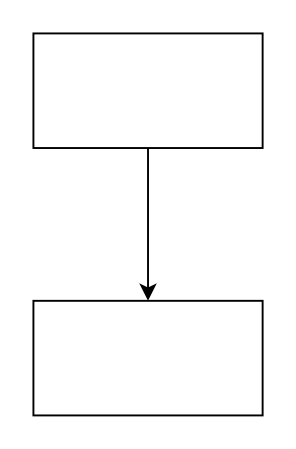
Earlier version of the draw.io diagram 未命名绘图.drawio (HuangChao5/diagrams). Source tidied: cells renumbered, new cells numbered last; positions are measured from the earlier drawing's top-left corner, leaving out a move shared by most shapes. Both pictures are drawn from the tidied source at 191%, with x=0, y=0 at pixel (32, 32).
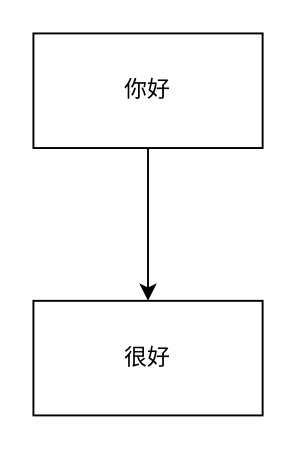
The same page after the edit.

Commit message:
更新未命名绘图.drawio

What changed in the source:
```diff
@@
 <mxGraphModel>
   <root>
     <mxCell id="0" />
     <mxCell id="1" parent="0" />
     <mxCell id="2" style="edgeStyle=orthogonalEdgeStyle;rounded=0;jettySize=auto;html=1;" parent="1" edge="1" source="3" target="4">
       <mxGeometry relative="1" as="geometry" />
     </mxCell>
-    <mxCell id="3" style="rounded=0;whiteSpace=wrap;html=1;" parent="1" vertex="1">
+    <mxCell id="3" value="你好" style="rounded=0;whiteSpace=wrap;html=1;" parent="1" vertex="1">
       <mxGeometry width="120" height="60" as="geometry" />
     </mxCell>
-    <mxCell id="4" style="rounded=0;whiteSpace=wrap;html=1;" parent="1" vertex="1">
+    <mxCell id="4" value="很好" style="rounded=0;whiteSpace=wrap;html=1;" parent="1" vertex="1">
       <mxGeometry y="140" width="120" height="60" as="geometry" />
     </mxCell>
   </root>
 </mxGraphModel>
```
